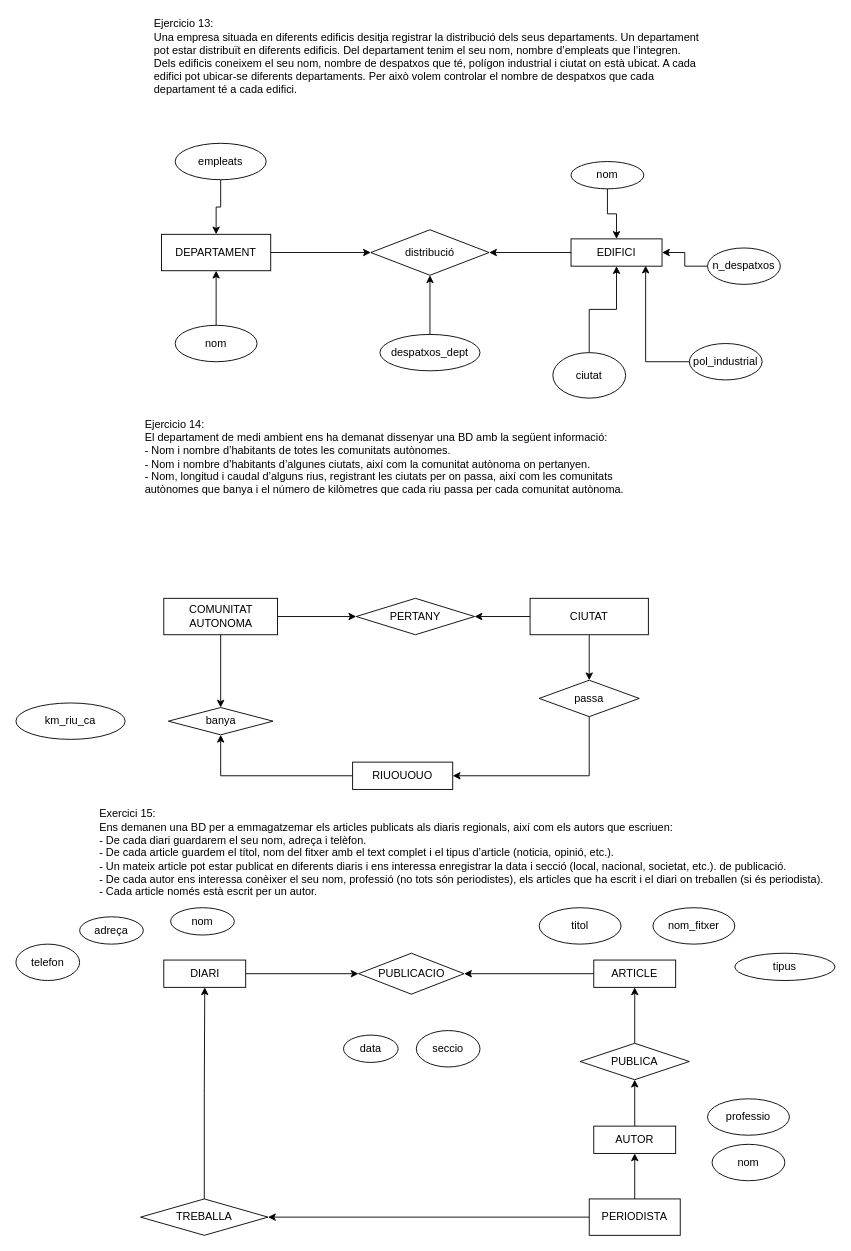
The draw.io diagram codi/04-BBDD/ej13-15.drawio in DaydreamsRushe/HTML-CSS, before the edit. Source tidied: cells renumbered, new cells numbered last; positions are measured from the earlier drawing's top-left corner, leaving out a move shared by most shapes. Both pictures are drawn from the tidied source at 91%, with x=0, y=0 at pixel (15, 15).
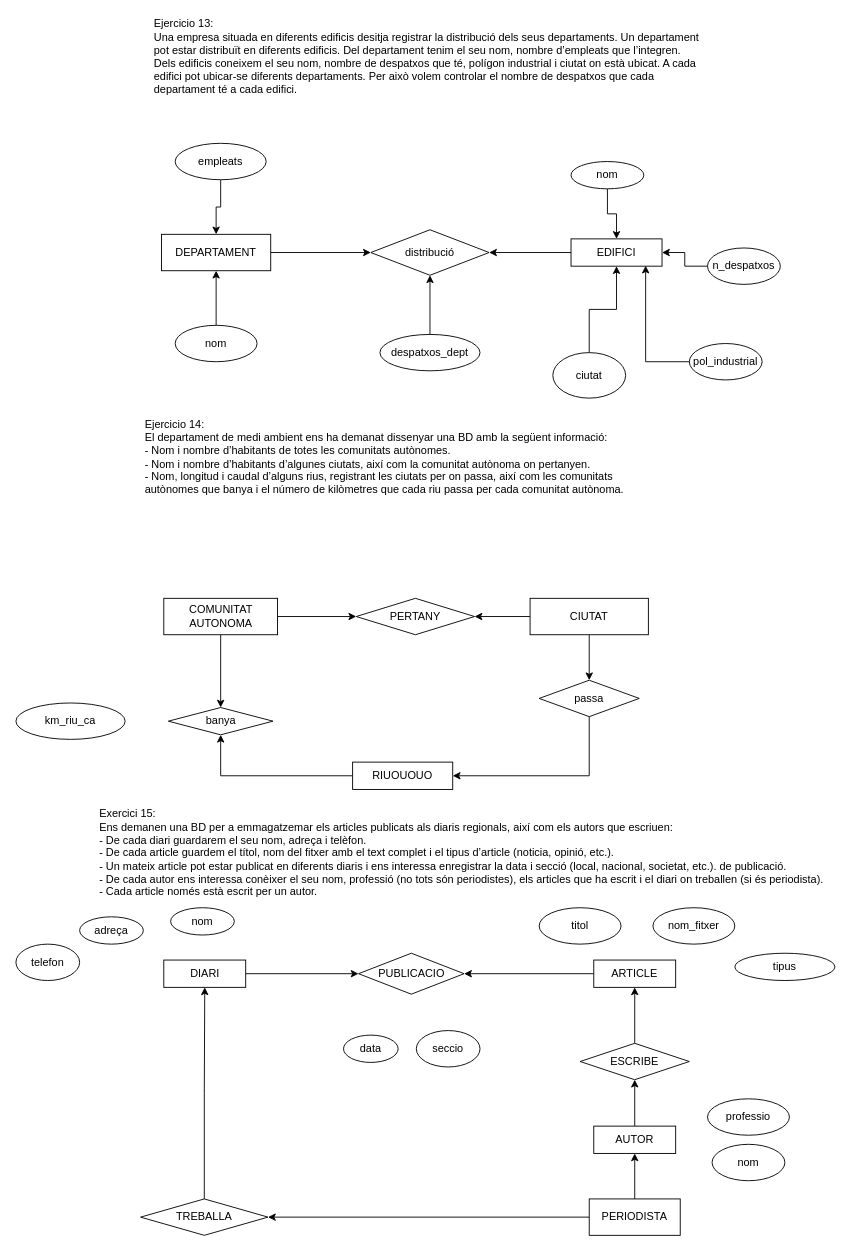
After the change.

Diff of the diagram source:
```diff
@@
-    <mxCell id="55" value="PUBLICA" style="rhombus;whiteSpace=wrap;html=1;" parent="1" vertex="1">
+    <mxCell id="55" value="ESCRIBE" style="rhombus;whiteSpace=wrap;html=1;" parent="1" vertex="1">
       <mxGeometry x="620" y="1129" width="120" height="40" as="geometry" />
     </mxCell>
```
